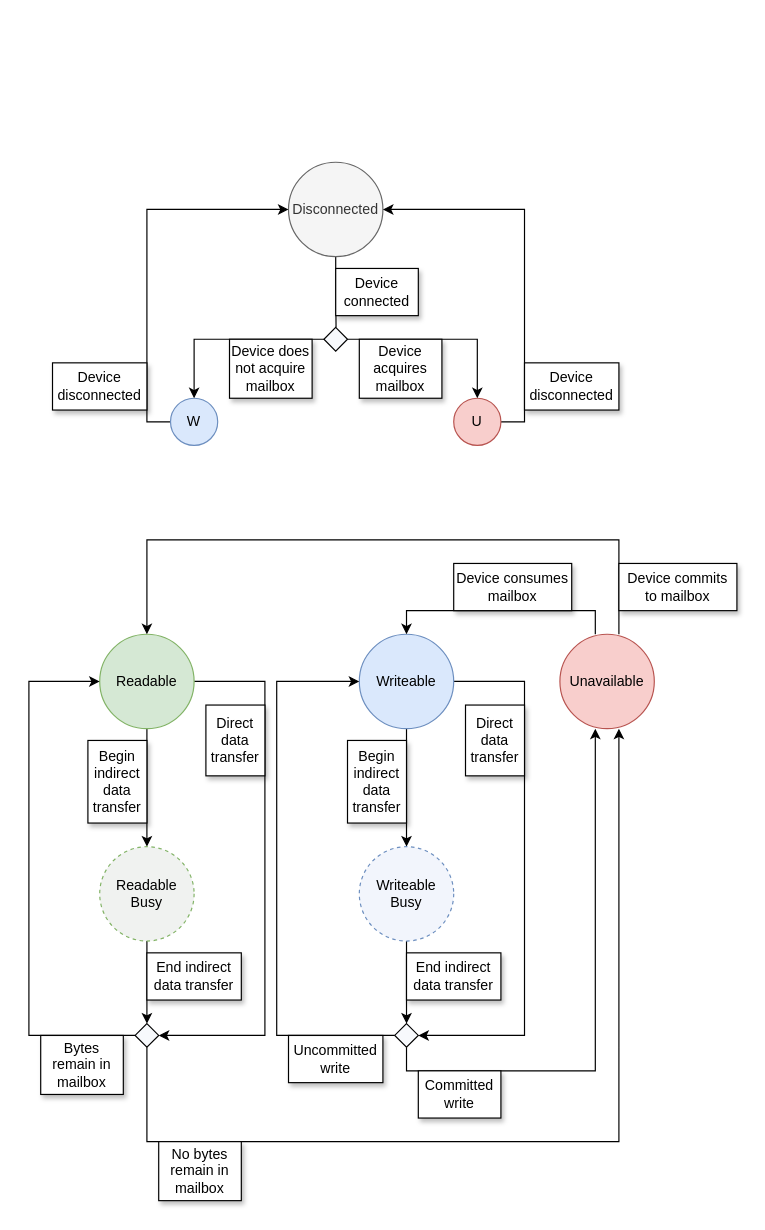
This is docs/img/src/Device port state diagram.drawio from noodlecollie/v2mp, a draw.io file, before an edit. Source tidied: cells renumbered, new cells numbered last; positions are measured from the earlier drawing's top-left corner, leaving out a move shared by most shapes. Both pictures are drawn from the tidied source at 118%, with x=0, y=0 at pixel (28, 162).
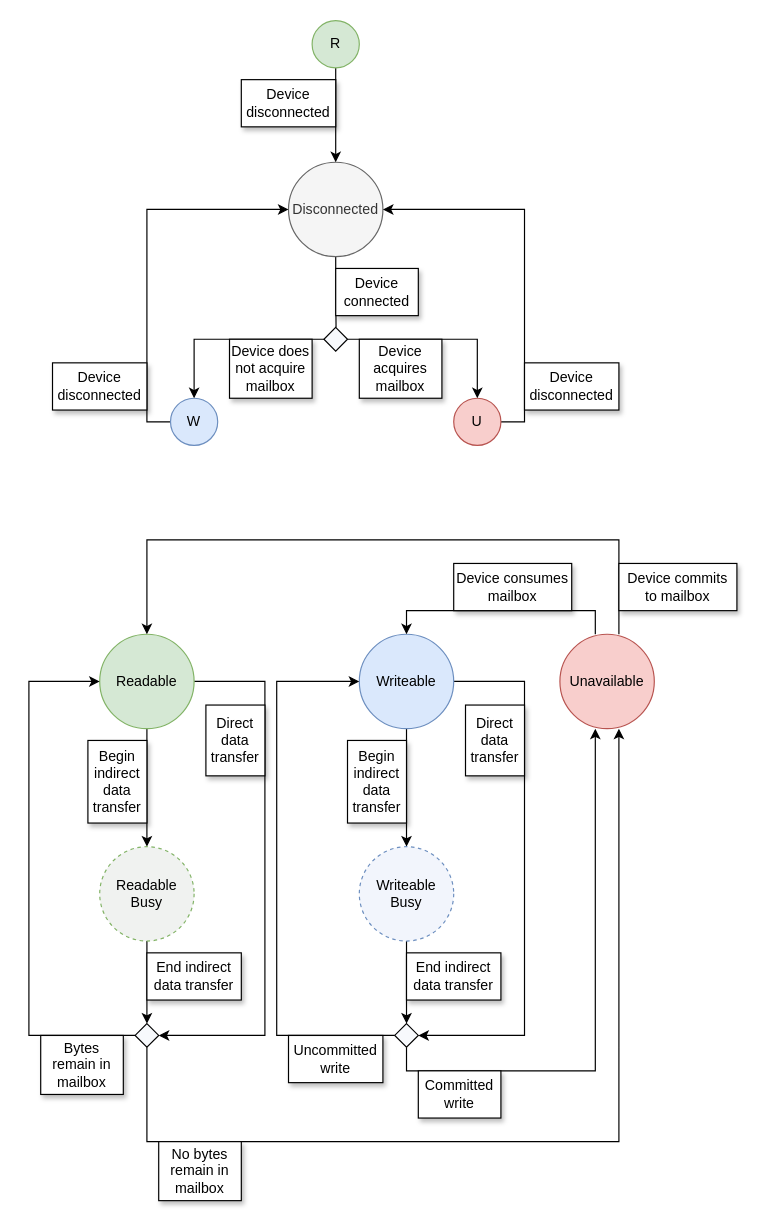
After the change.

Commit message (it also covers changes not shown here):
Clarified connected diagram slightly

The change refers to these unchanged cells:
```xml
<mxCell id="15" value="Disconnected" style="ellipse;whiteSpace=wrap;html=1;fillColor=#f5f5f5;fontColor=#333333;strokeColor=#666666;" parent="1" vertex="1">
  <mxGeometry x="220" width="80" height="80" as="geometry" />
</mxCell>
```

What changed in the source:
```diff
@@
+    <mxCell id="48" style="edgeStyle=orthogonalEdgeStyle;rounded=0;jettySize=auto;html=1;exitX=0.5;exitY=1;exitDx=0;exitDy=0;entryX=0.5;entryY=0;entryDx=0;entryDy=0;endArrow=classic;endFill=1;" parent="1" edge="1" source="49" target="15">
+      <mxGeometry relative="1" as="geometry" />
+    </mxCell>
+    <mxCell id="49" value="R" style="ellipse;whiteSpace=wrap;html=1;fillColor=#d5e8d4;strokeColor=#82b366;" parent="1" vertex="1">
+      <mxGeometry x="240" y="-120" width="40" height="40" as="geometry" />
+    </mxCell>
+    <mxCell id="50" value="Device disconnected" style="rounded=0;whiteSpace=wrap;html=1;shadow=1;" parent="1" vertex="1">
+      <mxGeometry x="180" y="-70" width="80" height="40" as="geometry" />
+    </mxCell>
```
